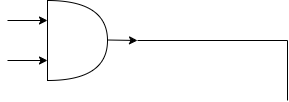
The draw.io diagram Untitled Diagram.drawio.png in Rakesh2916728272727/no, before a commit. Source tidied: cells renumbered, new cells last; positions are measured from the earlier drawing's top-left corner, leaving out a move shared by most shapes.
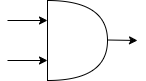
The same file after the commit.

The edit, as a diff of the source:
```diff
@@ -23,17 +23,5 @@
         <mxPoint x="130" y="40" as="targetPoint" />
       </mxGeometry>
     </mxCell>
-    <mxCell id="6" style="endArrow=none;html=1;rounded=0;" parent="1" edge="1">
-      <mxGeometry relative="1" as="geometry">
-        <mxPoint x="130" y="40" as="sourcePoint" />
-        <mxPoint x="280" y="40" as="targetPoint" />
-      </mxGeometry>
-    </mxCell>
-    <mxCell id="7" style="endArrow=none;html=1;rounded=0;" parent="1" edge="1">
-      <mxGeometry relative="1" as="geometry">
-        <mxPoint x="280" y="40" as="sourcePoint" />
-        <mxPoint x="280" y="100" as="targetPoint" />
-      </mxGeometry>
-    </mxCell>
   </root>
 </mxGraphModel>
```
